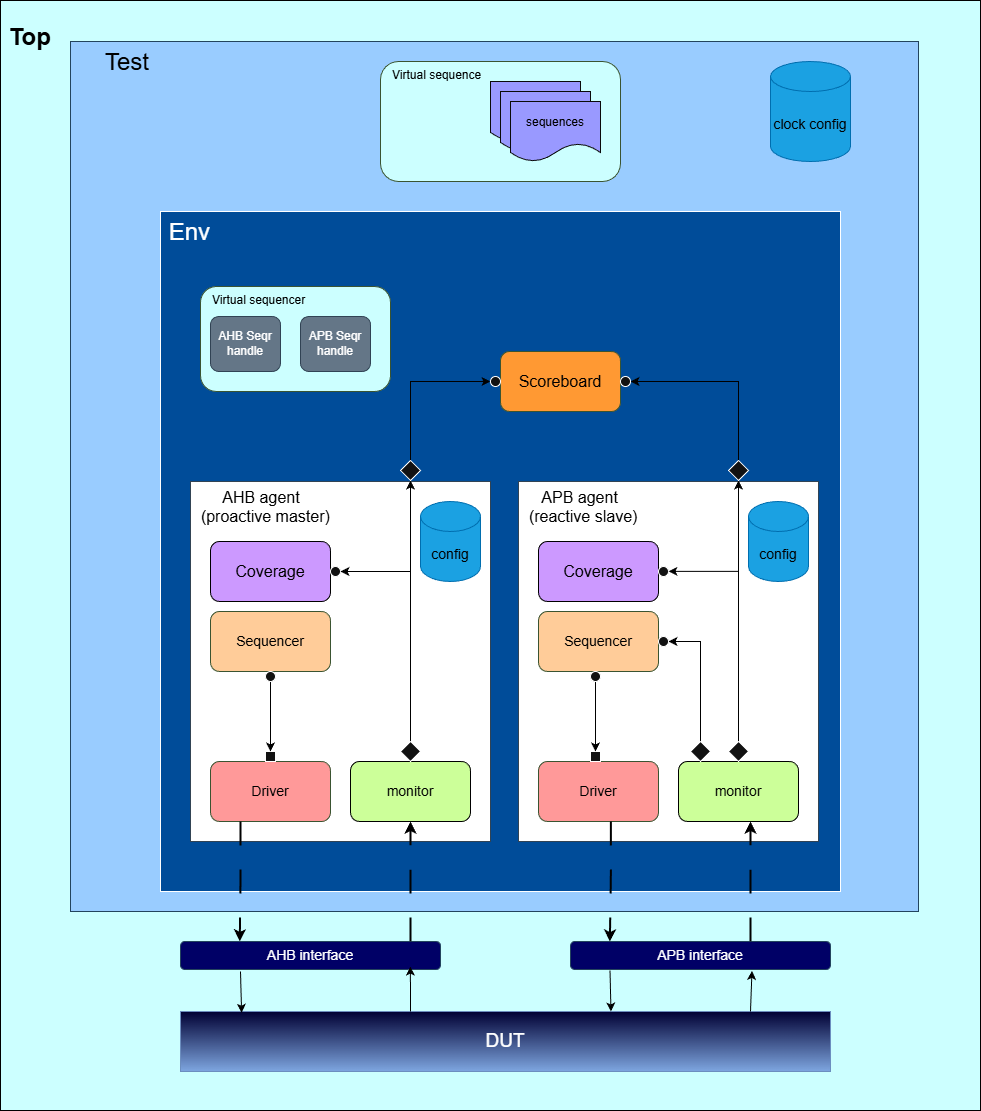
Before: docs/AHB2ABP_TB_ARCHITECTURE.png, a diagram exported from draw.io (rafatelsheikh/ahb2apb-async-bridge-uvm). Source tidied: cells renumbered, new cells last; positions are measured from the earlier drawing's top-left corner, leaving out a move shared by most shapes.
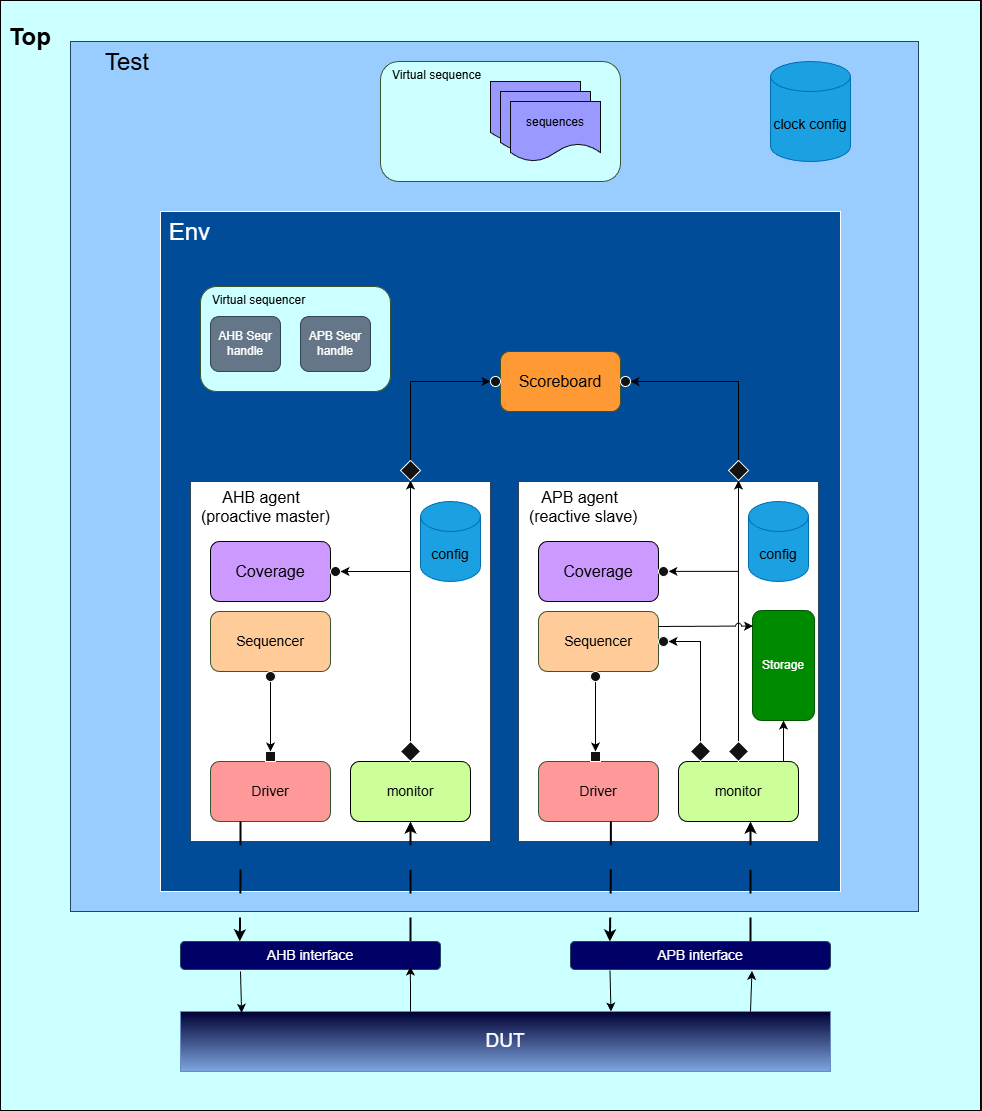
The same file after the commit.

Commit message:
Added Final Presentation Slides and updated Architecture

Diff of the diagram source:
```diff
@@ -218,5 +218,14 @@
     <mxCell id="60" value="&lt;font style=&quot;color: rgb(0, 0, 0);&quot;&gt;clock config&lt;/font&gt;" style="shape=cylinder3;whiteSpace=wrap;html=1;boundedLbl=1;backgroundOutline=1;size=15;fontSize=14;fillColor=#1ba1e2;strokeColor=#006EAF;fontColor=#ffffff;" parent="1" vertex="1">
       <mxGeometry x="770" y="61" width="80" height="100" as="geometry" />
     </mxCell>
+    <mxCell id="61" value="Storage" style="rounded=1;whiteSpace=wrap;html=1;fillColor=#008a00;fontColor=#ffffff;strokeColor=#005700;" parent="1" vertex="1">
+      <mxGeometry x="752" y="610" width="62" height="110" as="geometry" />
+    </mxCell>
+    <mxCell id="62" style="edgeStyle=orthogonalEdgeStyle;rounded=0;jettySize=auto;html=1;strokeColor=light-dark(#000000,#000000);entryX=0.5;entryY=1;entryDx=0;entryDy=0;exitX=0.875;exitY=0.005;exitDx=0;exitDy=0;exitPerimeter=0;" parent="1" edge="1" source="17" target="61">
+      <mxGeometry relative="1" as="geometry" />
+    </mxCell>
+    <mxCell id="63" style="edgeStyle=orthogonalEdgeStyle;rounded=0;jettySize=auto;html=1;strokeColor=light-dark(#000000,#000000);entryX=0.008;entryY=0.141;entryDx=0;entryDy=0;exitX=1;exitY=0.25;exitDx=0;exitDy=0;entryPerimeter=0;jumpStyle=arc;" parent="1" edge="1" source="15" target="61">
+      <mxGeometry relative="1" as="geometry" />
+    </mxCell>
   </root>
 </mxGraphModel>
```
